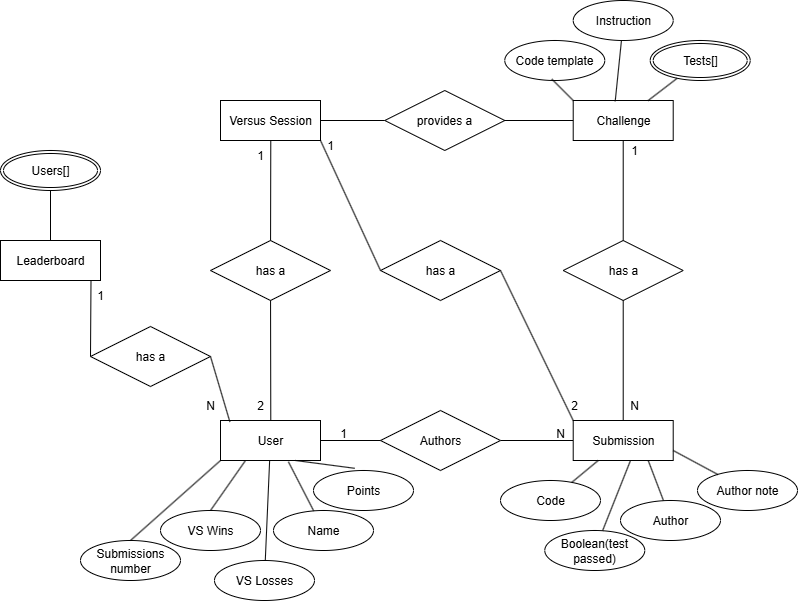
VVikingsson/RuneCode keeps this draw.io diagram as images/ER.png. Above is the earlier version. Source tidied: cells renumbered, new cells last; positions are measured from the earlier drawing's top-left corner, leaving out a move shared by most shapes.
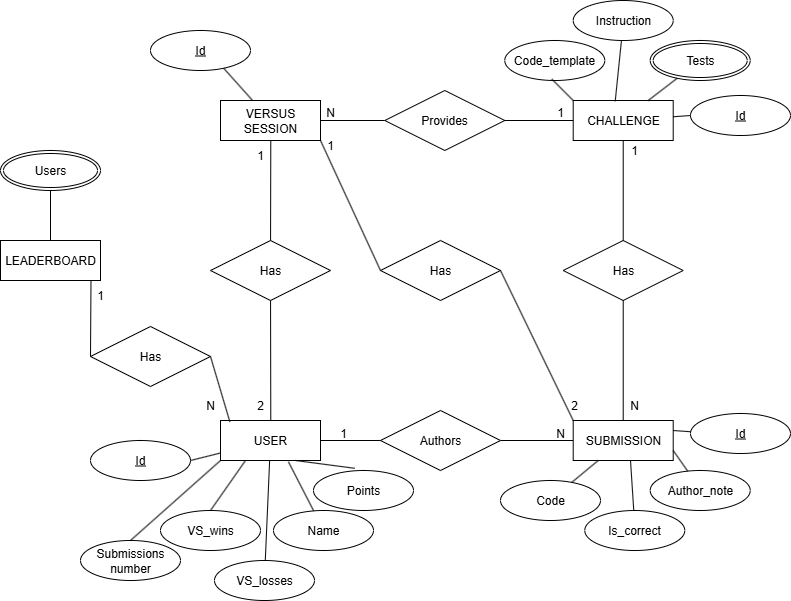
The same file after the commit.

Commit message:
Fix ER diagram errors

The edit, as a diff of the source:
```diff
@@ -2,13 +2,13 @@
   <root>
     <mxCell id="0" />
     <mxCell id="1" parent="0" />
-    <mxCell id="2" value="Leaderboard" style="whiteSpace=wrap;html=1;align=center;" parent="1" vertex="1">
+    <mxCell id="2" value="LEADERBOARD" style="whiteSpace=wrap;html=1;align=center;" parent="1" vertex="1">
       <mxGeometry y="240" width="100" height="40" as="geometry" />
     </mxCell>
-    <mxCell id="3" value="Versus Session" style="whiteSpace=wrap;html=1;align=center;" parent="1" vertex="1">
+    <mxCell id="3" value="VERSUS SESSION" style="whiteSpace=wrap;html=1;align=center;" parent="1" vertex="1">
       <mxGeometry x="220" y="100" width="100" height="40" as="geometry" />
     </mxCell>
-    <mxCell id="4" value="Users[]" style="ellipse;shape=doubleEllipse;margin=3;whiteSpace=wrap;html=1;align=center;" parent="1" vertex="1">
+    <mxCell id="4" value="Users" style="ellipse;shape=doubleEllipse;margin=3;whiteSpace=wrap;html=1;align=center;" parent="1" vertex="1">
       <mxGeometry y="150" width="100" height="40" as="geometry" />
     </mxCell>
     <mxCell id="5" value="N" style="text;html=1;align=center;verticalAlign=middle;whiteSpace=wrap;rounded=0;" parent="1" vertex="1">
@@ -19,10 +19,10 @@
         <mxPoint x="500" y="440" as="sourcePoint" />
       </mxGeometry>
     </mxCell>
-    <mxCell id="7" value="provides a" style="shape=rhombus;perimeter=rhombusPerimeter;whiteSpace=wrap;html=1;align=center;" parent="1" vertex="1">
+    <mxCell id="7" value="Provides" style="shape=rhombus;perimeter=rhombusPerimeter;whiteSpace=wrap;html=1;align=center;" parent="1" vertex="1">
       <mxGeometry x="384.3" y="90" width="120" height="60" as="geometry" />
     </mxCell>
-    <mxCell id="8" value="Submission" style="whiteSpace=wrap;html=1;align=center;" parent="1" vertex="1">
+    <mxCell id="8" value="SUBMISSION" style="whiteSpace=wrap;html=1;align=center;" parent="1" vertex="1">
       <mxGeometry x="572.7" y="420" width="100" height="40" as="geometry" />
     </mxCell>
     <mxCell id="9" value="Code" style="ellipse;whiteSpace=wrap;html=1;align=center;" parent="1" vertex="1">
@@ -31,36 +31,30 @@
     <mxCell id="10" style="endArrow=none;html=1;rounded=0;exitX=0.25;exitY=1;exitDx=0;exitDy=0;" parent="1" edge="1" source="8" target="9">
       <mxGeometry relative="1" as="geometry" />
     </mxCell>
-    <mxCell id="11" value="Boolean(test passed)" style="ellipse;whiteSpace=wrap;html=1;align=center;" parent="1" vertex="1">
-      <mxGeometry x="544.3" y="530" width="100" height="40" as="geometry" />
+    <mxCell id="11" value="Is_correct" style="ellipse;whiteSpace=wrap;html=1;align=center;" parent="1" vertex="1">
+      <mxGeometry x="584.3" y="510" width="100" height="40" as="geometry" />
     </mxCell>
     <mxCell id="12" style="endArrow=none;html=1;rounded=0;" parent="1" edge="1" target="11">
       <mxGeometry relative="1" as="geometry">
         <mxPoint x="630" y="460" as="sourcePoint" />
       </mxGeometry>
     </mxCell>
-    <mxCell id="13" value="Author" style="ellipse;whiteSpace=wrap;html=1;align=center;" parent="1" vertex="1">
-      <mxGeometry x="620" y="500" width="100" height="40" as="geometry" />
-    </mxCell>
-    <mxCell id="14" style="endArrow=none;html=1;rounded=0;exitX=0.75;exitY=1;exitDx=0;exitDy=0;" parent="1" edge="1" source="8" target="13">
-      <mxGeometry relative="1" as="geometry" />
-    </mxCell>
     <mxCell id="15" value="1" style="text;html=1;align=center;verticalAlign=middle;whiteSpace=wrap;rounded=0;" parent="1" vertex="1">
       <mxGeometry x="313" y="418" width="60" height="30" as="geometry" />
     </mxCell>
-    <mxCell id="16" value="has a" style="shape=rhombus;perimeter=rhombusPerimeter;whiteSpace=wrap;html=1;align=center;" parent="1" vertex="1">
+    <mxCell id="16" value="Has" style="shape=rhombus;perimeter=rhombusPerimeter;whiteSpace=wrap;html=1;align=center;" parent="1" vertex="1">
       <mxGeometry x="562.7" y="240" width="120" height="60" as="geometry" />
     </mxCell>
-    <mxCell id="17" value="Challenge" style="whiteSpace=wrap;html=1;align=center;" parent="1" vertex="1">
+    <mxCell id="17" value="CHALLENGE" style="whiteSpace=wrap;html=1;align=center;" parent="1" vertex="1">
       <mxGeometry x="572.7" y="100" width="100" height="40" as="geometry" />
     </mxCell>
     <mxCell id="18" value="Instruction" style="ellipse;whiteSpace=wrap;html=1;align=center;" parent="1" vertex="1">
       <mxGeometry x="572.7" width="100" height="40" as="geometry" />
     </mxCell>
-    <mxCell id="19" value="Code template" style="ellipse;whiteSpace=wrap;html=1;align=center;" parent="1" vertex="1">
+    <mxCell id="19" value="Code_template" style="ellipse;whiteSpace=wrap;html=1;align=center;" parent="1" vertex="1">
       <mxGeometry x="504.3" y="40" width="100" height="40" as="geometry" />
     </mxCell>
-    <mxCell id="20" value="Tests[]" style="ellipse;shape=doubleEllipse;margin=3;whiteSpace=wrap;html=1;align=center;" parent="1" vertex="1">
+    <mxCell id="20" value="Tests" style="ellipse;shape=doubleEllipse;margin=3;whiteSpace=wrap;html=1;align=center;" parent="1" vertex="1">
       <mxGeometry x="649.7" y="40" width="100" height="40" as="geometry" />
     </mxCell>
     <mxCell id="21" style="endArrow=none;html=1;rounded=0;exitX=0.75;exitY=0;exitDx=0;exitDy=0;" parent="1" edge="1" source="17" target="20">
@@ -74,7 +68,7 @@
     <mxCell id="23" style="endArrow=none;html=1;rounded=0;exitX=0.42;exitY=0.019;exitDx=0;exitDy=0;exitPerimeter=0;" parent="1" edge="1" source="17" target="18">
       <mxGeometry relative="1" as="geometry" />
     </mxCell>
-    <mxCell id="24" value="User" style="whiteSpace=wrap;html=1;align=center;" parent="1" vertex="1">
+    <mxCell id="24" value="USER" style="whiteSpace=wrap;html=1;align=center;" parent="1" vertex="1">
       <mxGeometry x="220" y="420" width="100" height="40" as="geometry" />
     </mxCell>
     <mxCell id="25" value="Name" style="ellipse;whiteSpace=wrap;html=1;align=center;" parent="1" vertex="1">
@@ -86,10 +80,10 @@
     <mxCell id="27" value="Submissions number" style="ellipse;whiteSpace=wrap;html=1;align=center;" parent="1" vertex="1">
       <mxGeometry x="80" y="540" width="100" height="40" as="geometry" />
     </mxCell>
-    <mxCell id="28" value="VS Wins" style="ellipse;whiteSpace=wrap;html=1;align=center;" parent="1" vertex="1">
+    <mxCell id="28" value="VS_wins" style="ellipse;whiteSpace=wrap;html=1;align=center;" parent="1" vertex="1">
       <mxGeometry x="160" y="510" width="100" height="40" as="geometry" />
     </mxCell>
-    <mxCell id="29" value="VS Losses" style="ellipse;whiteSpace=wrap;html=1;align=center;" parent="1" vertex="1">
+    <mxCell id="29" value="VS_losses" style="ellipse;whiteSpace=wrap;html=1;align=center;" parent="1" vertex="1">
       <mxGeometry x="214" y="560" width="100" height="40" as="geometry" />
     </mxCell>
     <mxCell id="30" style="endArrow=none;html=1;rounded=0;" parent="1" edge="1" source="29" target="24">
@@ -115,13 +109,13 @@
     <mxCell id="36" style="line;strokeWidth=1;dashed=0;labelPosition=right;align=left;verticalAlign=middle;spacingTop=0;spacingLeft=6;" parent="1" vertex="1">
       <mxGeometry x="320" y="435" width="60" height="10" as="geometry" />
     </mxCell>
-    <mxCell id="37" value="Author note" style="ellipse;whiteSpace=wrap;html=1;align=center;" parent="1" vertex="1">
-      <mxGeometry x="697" y="470" width="100" height="40" as="geometry" />
+    <mxCell id="37" value="Author_note" style="ellipse;whiteSpace=wrap;html=1;align=center;" parent="1" vertex="1">
+      <mxGeometry x="649.7" y="470" width="100" height="40" as="geometry" />
     </mxCell>
     <mxCell id="38" style="endArrow=none;html=1;rounded=0;exitX=1;exitY=0.75;exitDx=0;exitDy=0;" parent="1" edge="1" source="8" target="37">
       <mxGeometry relative="1" as="geometry" />
     </mxCell>
-    <mxCell id="39" style="endArrow=none;html=1;rounded=0;exitX=1;exitY=0.5;exitDx=0;exitDy=0;" parent="1" edge="1" source="3" target="7">
+    <mxCell id="39" style="endArrow=none;html=1;rounded=0;" parent="1" edge="1" source="3" target="7">
       <mxGeometry relative="1" as="geometry" />
     </mxCell>
     <mxCell id="40" style="endArrow=none;html=1;rounded=0;exitX=0;exitY=0.5;exitDx=0;exitDy=0;" parent="1" edge="1" source="17" target="7">
@@ -133,7 +127,7 @@
     <mxCell id="42" style="endArrow=none;html=1;rounded=0;entryX=0.5;entryY=0;entryDx=0;entryDy=0;" parent="1" edge="1" source="16" target="8">
       <mxGeometry relative="1" as="geometry" />
     </mxCell>
-    <mxCell id="43" value="has a" style="shape=rhombus;perimeter=rhombusPerimeter;whiteSpace=wrap;html=1;align=center;" parent="1" vertex="1">
+    <mxCell id="43" value="Has" style="shape=rhombus;perimeter=rhombusPerimeter;whiteSpace=wrap;html=1;align=center;" parent="1" vertex="1">
       <mxGeometry x="210" y="240" width="120" height="60" as="geometry" />
     </mxCell>
     <mxCell id="44" style="endArrow=none;html=1;rounded=0;exitX=0.5;exitY=1;exitDx=0;exitDy=0;" parent="1" edge="1" target="43">
@@ -152,7 +146,7 @@
     <mxCell id="47" value="2" style="text;html=1;align=center;verticalAlign=middle;whiteSpace=wrap;rounded=0;" parent="1" vertex="1">
       <mxGeometry x="230" y="390" width="60" height="30" as="geometry" />
     </mxCell>
-    <mxCell id="48" value="has a" style="shape=rhombus;perimeter=rhombusPerimeter;whiteSpace=wrap;html=1;align=center;" parent="1" vertex="1">
+    <mxCell id="48" value="Has" style="shape=rhombus;perimeter=rhombusPerimeter;whiteSpace=wrap;html=1;align=center;" parent="1" vertex="1">
       <mxGeometry x="380" y="240" width="120" height="60" as="geometry" />
     </mxCell>
     <mxCell id="49" style="endArrow=none;html=1;rounded=0;exitX=1;exitY=1;exitDx=0;exitDy=0;entryX=0;entryY=0.5;entryDx=0;entryDy=0;" parent="1" edge="1" source="3" target="48">
@@ -170,7 +164,7 @@
     <mxCell id="53" style="endArrow=none;html=1;rounded=0;entryX=0;entryY=0.5;entryDx=0;entryDy=0;exitX=0.905;exitY=0.994;exitDx=0;exitDy=0;exitPerimeter=0;" parent="1" edge="1" source="2" target="54">
       <mxGeometry relative="1" as="geometry" />
     </mxCell>
-    <mxCell id="54" value="has a" style="shape=rhombus;perimeter=rhombusPerimeter;whiteSpace=wrap;html=1;align=center;" parent="1" vertex="1">
+    <mxCell id="54" value="Has" style="shape=rhombus;perimeter=rhombusPerimeter;whiteSpace=wrap;html=1;align=center;" parent="1" vertex="1">
       <mxGeometry x="90" y="326" width="120" height="60" as="geometry" />
     </mxCell>
     <mxCell id="55" style="endArrow=none;html=1;rounded=0;entryX=0.094;entryY=0.036;entryDx=0;entryDy=0;exitX=1;exitY=0.5;exitDx=0;exitDy=0;entryPerimeter=0;" parent="1" edge="1" source="54" target="24">
@@ -191,5 +185,35 @@
     <mxCell id="60" style="endArrow=none;html=1;rounded=0;exitX=0.5;exitY=1;exitDx=0;exitDy=0;" parent="1" edge="1" source="4" target="2">
       <mxGeometry relative="1" as="geometry" />
     </mxCell>
+    <mxCell id="61" value="1" style="text;html=1;align=center;verticalAlign=middle;whiteSpace=wrap;rounded=0;" parent="1" vertex="1">
+      <mxGeometry x="530" y="97" width="60" height="30" as="geometry" />
+    </mxCell>
+    <mxCell id="62" value="N" style="text;html=1;align=center;verticalAlign=middle;whiteSpace=wrap;rounded=0;" parent="1" vertex="1">
+      <mxGeometry x="300" y="97" width="60" height="30" as="geometry" />
+    </mxCell>
+    <mxCell id="63" value="Id" style="ellipse;whiteSpace=wrap;html=1;align=center;fontStyle=4;" parent="1" vertex="1">
+      <mxGeometry x="150" y="30" width="100" height="40" as="geometry" />
+    </mxCell>
+    <mxCell id="64" style="endArrow=none;html=1;rounded=0;entryX=0.732;entryY=0.944;entryDx=0;entryDy=0;entryPerimeter=0;" parent="1" edge="1" source="3" target="63">
+      <mxGeometry relative="1" as="geometry" />
+    </mxCell>
+    <mxCell id="65" value="Id" style="ellipse;whiteSpace=wrap;html=1;align=center;fontStyle=4;" parent="1" vertex="1">
+      <mxGeometry x="690" y="95" width="100" height="40" as="geometry" />
+    </mxCell>
+    <mxCell id="66" style="endArrow=none;html=1;rounded=0;exitX=0;exitY=0.5;exitDx=0;exitDy=0;" parent="1" edge="1" source="65" target="17">
+      <mxGeometry relative="1" as="geometry" />
+    </mxCell>
+    <mxCell id="67" value="Id" style="ellipse;whiteSpace=wrap;html=1;align=center;fontStyle=4;" parent="1" vertex="1">
+      <mxGeometry x="690" y="413" width="100" height="40" as="geometry" />
+    </mxCell>
+    <mxCell id="68" style="endArrow=none;html=1;rounded=0;entryX=1;entryY=0.25;entryDx=0;entryDy=0;" parent="1" edge="1" source="67" target="8">
+      <mxGeometry relative="1" as="geometry" />
+    </mxCell>
+    <mxCell id="69" value="Id" style="ellipse;whiteSpace=wrap;html=1;align=center;fontStyle=4;" parent="1" vertex="1">
+      <mxGeometry x="90" y="440" width="100" height="40" as="geometry" />
+    </mxCell>
+    <mxCell id="70" style="endArrow=none;html=1;rounded=0;exitX=1;exitY=0.5;exitDx=0;exitDy=0;" parent="1" edge="1" source="69" target="24">
+      <mxGeometry relative="1" as="geometry" />
+    </mxCell>
   </root>
 </mxGraphModel>
```
